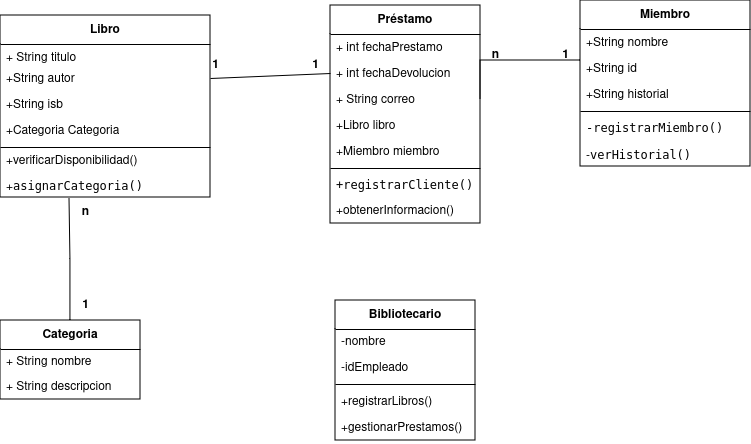
Above: Sistema de Gestión de Bibliotecas.png in gian700/diagrama-de-clases (draw.io), before the change. Source tidied: cells renumbered, new cells last; positions are measured from the earlier drawing's top-left corner, leaving out a move shared by most shapes.
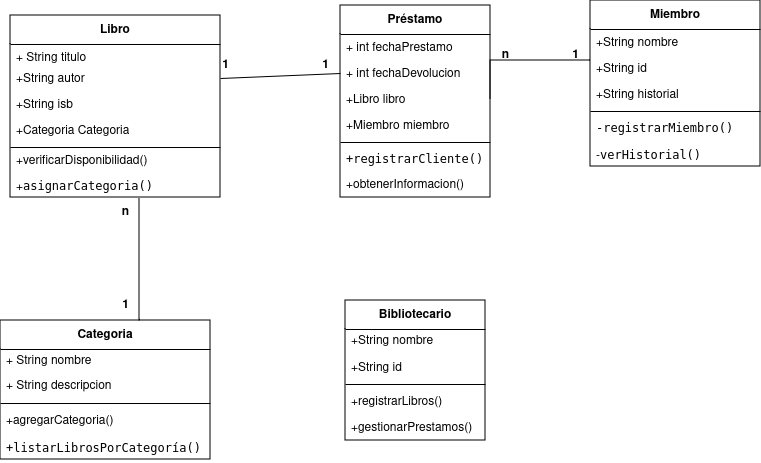
After the change.

Change to the diagram source:
```diff
@@ -27,7 +27,7 @@
       <mxGeometry y="156" width="210" height="26" as="geometry" />
     </mxCell>
     <mxCell id="10" value="Préstamo" style="swimlane;fontStyle=1;align=center;verticalAlign=middle;horizontal=1;startSize=29;html=1;whiteSpace=wrap;" parent="1" vertex="1">
-      <mxGeometry x="330" y="5" width="150" height="218" as="geometry" />
+      <mxGeometry x="330" y="5" width="150" height="192" as="geometry" />
     </mxCell>
     <mxCell id="11" value="+ int fechaPrestamo" style="text;strokeColor=none;fillColor=none;align=left;verticalAlign=top;spacingLeft=4;spacingRight=4;overflow=hidden;whiteSpace=wrap;html=1;" parent="10" vertex="1">
       <mxGeometry y="29" width="150" height="26" as="geometry" />
@@ -35,26 +35,24 @@
     <mxCell id="12" value="+ int fechaDevolucion" style="text;strokeColor=none;fillColor=none;align=left;verticalAlign=top;spacingLeft=4;spacingRight=4;overflow=hidden;points=[[0,0.5],[1,0.5]];portConstraint=eastwest;whiteSpace=wrap;html=1;" parent="10" vertex="1">
       <mxGeometry y="55" width="150" height="26" as="geometry" />
     </mxCell>
-    <mxCell id="13" value="+ String correo" style="text;strokeColor=none;fillColor=none;align=left;verticalAlign=top;spacingLeft=4;spacingRight=4;overflow=hidden;points=[[0,0.5],[1,0.5]];portConstraint=eastwest;whiteSpace=wrap;html=1;" parent="10" vertex="1">
-      <mxGeometry y="81" width="150" height="26" as="geometry" />
-    </mxCell>
     <mxCell id="14" value="+Libro libro" style="text;strokeColor=none;fillColor=none;align=left;verticalAlign=top;spacingLeft=4;spacingRight=4;overflow=hidden;whiteSpace=wrap;html=1;" parent="10" vertex="1">
-      <mxGeometry y="107" width="150" height="26" as="geometry" />
+      <mxGeometry y="81" width="150" height="26" as="geometry" />
     </mxCell>
     <mxCell id="15" value="+Miembro miembro" style="text;strokeColor=none;fillColor=none;align=left;verticalAlign=top;spacingLeft=4;spacingRight=4;overflow=hidden;whiteSpace=wrap;html=1;" parent="10" vertex="1">
-      <mxGeometry y="133" width="150" height="26" as="geometry" />
+      <mxGeometry y="107" width="150" height="26" as="geometry" />
     </mxCell>
     <mxCell id="16" style="line;strokeWidth=1;fillColor=none;align=left;verticalAlign=middle;spacingTop=-1;spacingLeft=3;spacingRight=3;labelPosition=right;strokeColor=inherit;" parent="10" vertex="1">
-      <mxGeometry y="159" width="150" height="8" as="geometry" />
+      <mxGeometry y="133" width="150" height="8" as="geometry" />
     </mxCell>
     <mxCell id="17" value="&lt;code&gt;+registrarCliente()&lt;/code&gt;" style="text;html=1;strokeColor=none;fillColor=none;align=left;verticalAlign=middle;spacingLeft=4;spacingRight=4;overflow=hidden;whiteSpace=wrap;" parent="10" vertex="1">
-      <mxGeometry y="167" width="150" height="25" as="geometry" />
+      <mxGeometry y="141" width="150" height="25" as="geometry" />
     </mxCell>
     <mxCell id="18" value="+obtenerInformacion()" style="text;strokeColor=none;fillColor=none;align=left;verticalAlign=top;spacingLeft=4;spacingRight=4;overflow=hidden;whiteSpace=wrap;html=1;" parent="10" vertex="1">
-      <mxGeometry y="192" width="150" height="26" as="geometry" />
+      <mxGeometry y="166" width="150" height="26" as="geometry" />
     </mxCell>
-    <mxCell id="19" style="edgeStyle=orthogonalEdgeStyle;rounded=0;jettySize=auto;html=1;entryX=1;entryY=0.5;entryDx=0;entryDy=0;endArrow=none;endFill=0;" parent="1" edge="1" source="20" target="13">
+    <mxCell id="19" style="edgeStyle=orthogonalEdgeStyle;rounded=0;jettySize=auto;html=1;entryX=1;entryY=0.5;entryDx=0;entryDy=0;endArrow=none;endFill=0;" parent="1" edge="1" source="20">
       <mxGeometry relative="1" as="geometry">
+        <mxPoint x="480" y="99" as="targetPoint" />
         <Array as="points">
           <mxPoint x="480" y="60" />
         </Array>
@@ -84,10 +82,10 @@
     <mxCell id="27" value="Bibliotecario" style="swimlane;fontStyle=1;align=center;verticalAlign=middle;horizontal=1;startSize=29;html=1;whiteSpace=wrap;" parent="1" vertex="1">
       <mxGeometry x="335" y="300" width="140" height="140" as="geometry" />
     </mxCell>
-    <mxCell id="28" value="-nombre" style="text;html=1;strokeColor=none;fillColor=none;align=left;verticalAlign=middle;spacingLeft=4;spacingRight=4;overflow=hidden;whiteSpace=wrap;" parent="27" vertex="1">
+    <mxCell id="28" value="+String nombre" style="text;html=1;strokeColor=none;fillColor=none;align=left;verticalAlign=middle;spacingLeft=4;spacingRight=4;overflow=hidden;whiteSpace=wrap;" parent="27" vertex="1">
       <mxGeometry y="29" width="140" height="25" as="geometry" />
     </mxCell>
-    <mxCell id="29" value="-idEmpleado" style="text;strokeColor=none;fillColor=none;align=left;verticalAlign=top;spacingLeft=4;spacingRight=4;overflow=hidden;whiteSpace=wrap;html=1;" parent="27" vertex="1">
+    <mxCell id="29" value="+String id" style="text;strokeColor=none;fillColor=none;align=left;verticalAlign=top;spacingLeft=4;spacingRight=4;overflow=hidden;whiteSpace=wrap;html=1;" parent="27" vertex="1">
       <mxGeometry y="54" width="140" height="26" as="geometry" />
     </mxCell>
     <mxCell id="30" style="line;strokeWidth=1;fillColor=none;align=left;verticalAlign=middle;spacingTop=-1;spacingLeft=3;spacingRight=3;labelPosition=right;strokeColor=inherit;" parent="27" vertex="1">
@@ -100,14 +98,23 @@
       <mxGeometry y="114" width="140" height="26" as="geometry" />
     </mxCell>
     <mxCell id="33" value="Categoria" style="swimlane;fontStyle=1;align=center;verticalAlign=middle;horizontal=1;startSize=29;html=1;whiteSpace=wrap;" parent="1" vertex="1">
-      <mxGeometry y="320" width="140" height="79" as="geometry" />
+      <mxGeometry x="-10" y="320" width="210" height="139" as="geometry" />
     </mxCell>
     <mxCell id="34" value="&lt;div&gt;+ String nombre&lt;/div&gt;" style="text;html=1;strokeColor=none;fillColor=none;align=left;verticalAlign=middle;spacingLeft=4;spacingRight=4;overflow=hidden;whiteSpace=wrap;" parent="33" vertex="1">
-      <mxGeometry y="29" width="140" height="25" as="geometry" />
+      <mxGeometry y="29" width="210" height="25" as="geometry" />
     </mxCell>
     <mxCell id="35" value="+ String descripcion" style="text;html=1;strokeColor=none;fillColor=none;align=left;verticalAlign=middle;spacingLeft=4;spacingRight=4;overflow=hidden;whiteSpace=wrap;" parent="33" vertex="1">
-      <mxGeometry y="54" width="140" height="25" as="geometry" />
+      <mxGeometry y="54" width="210" height="25" as="geometry" />
     </mxCell>
+    <mxCell id="44" style="line;strokeWidth=1;fillColor=none;align=left;verticalAlign=middle;spacingTop=-1;spacingLeft=3;spacingRight=3;labelPosition=right;strokeColor=inherit;" parent="33" vertex="1">
+      <mxGeometry y="79" width="210" height="8" as="geometry" />
+    </mxCell>
+    <mxCell id="45" value="+agregarCategoria()" style="text;strokeColor=none;fillColor=none;align=left;verticalAlign=top;spacingLeft=4;spacingRight=4;overflow=hidden;whiteSpace=wrap;html=1;" parent="33" vertex="1">
+      <mxGeometry y="87" width="210" height="26" as="geometry" />
+    </mxCell>
+    <mxCell id="46" value="&lt;code&gt;+listarLibrosPorCategoría()&lt;/code&gt;" style="text;strokeColor=none;fillColor=none;align=left;verticalAlign=top;spacingLeft=4;spacingRight=4;overflow=hidden;whiteSpace=wrap;html=1;" parent="33" vertex="1">
+      <mxGeometry y="113" width="210" height="26" as="geometry" />
+    </mxCell>
     <mxCell id="36" value="&lt;b&gt;1&lt;/b&gt;" style="text;html=1;align=center;verticalAlign=middle;strokeColor=none;fillColor=none;" parent="1" vertex="1">
       <mxGeometry x="550" y="40" width="30" height="30" as="geometry" />
     </mxCell>
@@ -123,14 +130,18 @@
     <mxCell id="40" value="&lt;b&gt;1&lt;/b&gt;" style="text;html=1;align=center;verticalAlign=middle;strokeColor=none;fillColor=none;" parent="1" vertex="1">
       <mxGeometry x="200" y="50" width="30" height="30" as="geometry" />
     </mxCell>
-    <mxCell id="41" style="edgeStyle=orthogonalEdgeStyle;rounded=0;jettySize=auto;html=1;entryX=0.329;entryY=1.038;entryDx=0;entryDy=0;entryPerimeter=0;endArrow=none;endFill=0;" parent="1" edge="1" source="33" target="9">
-      <mxGeometry relative="1" as="geometry" />
+    <mxCell id="41" style="edgeStyle=orthogonalEdgeStyle;rounded=0;jettySize=auto;html=1;entryX=0.614;entryY=1.038;entryDx=0;entryDy=0;entryPerimeter=0;endArrow=none;endFill=0;exitX=0.667;exitY=-0.007;exitDx=0;exitDy=0;exitPerimeter=0;" parent="1" edge="1" source="33" target="9">
+      <mxGeometry relative="1" as="geometry">
+        <Array as="points">
+          <mxPoint x="129" y="320" />
+        </Array>
+      </mxGeometry>
     </mxCell>
     <mxCell id="42" value="&lt;b&gt;1&lt;/b&gt;" style="text;html=1;align=center;verticalAlign=middle;strokeColor=none;fillColor=none;" parent="1" vertex="1">
-      <mxGeometry x="70" y="290" width="30" height="30" as="geometry" />
+      <mxGeometry x="100" y="290" width="30" height="30" as="geometry" />
     </mxCell>
     <mxCell id="43" value="&lt;b&gt;n&lt;/b&gt;" style="text;html=1;align=center;verticalAlign=middle;strokeColor=none;fillColor=none;" parent="1" vertex="1">
-      <mxGeometry x="70" y="197" width="30" height="30" as="geometry" />
+      <mxGeometry x="100" y="197" width="30" height="30" as="geometry" />
     </mxCell>
   </root>
 </mxGraphModel>
```
